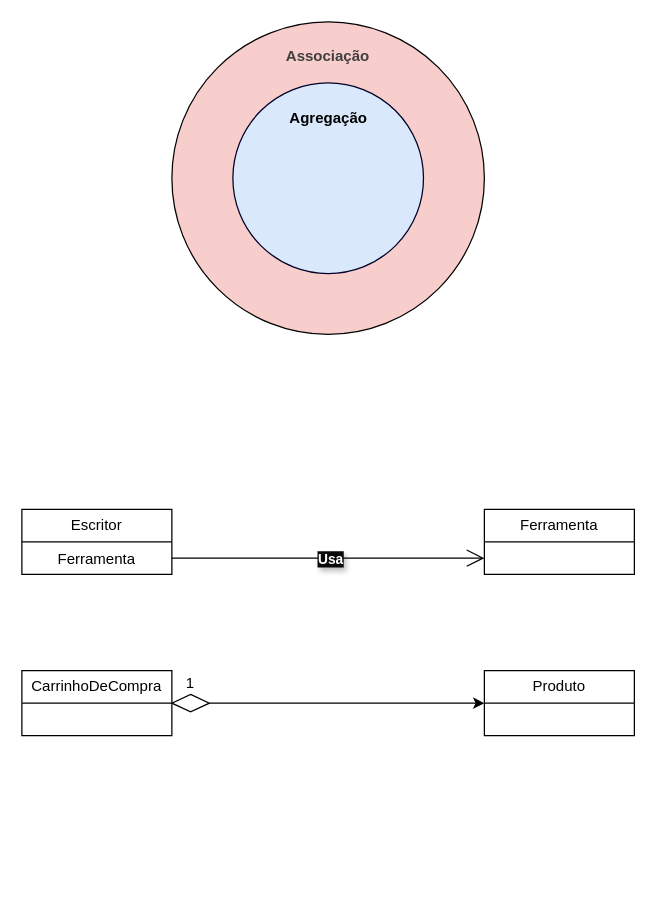
This is Secao_3_Introducao_a_Programacao_Orientada_a_Objetos_em_Python/Codigo_173.drawio from JoaoAugustoColassoHandocha/Codigos_Aulas_Curso_de_Python_3_do_basico_ao_avancado, a draw.io file, before an edit. Source tidied: cells renumbered, new cells numbered last; positions are measured from the earlier drawing's top-left corner, leaving out a move shared by most shapes. Both pictures are drawn from the tidied source at 125%, with x=0, y=0 at pixel (21, 21).
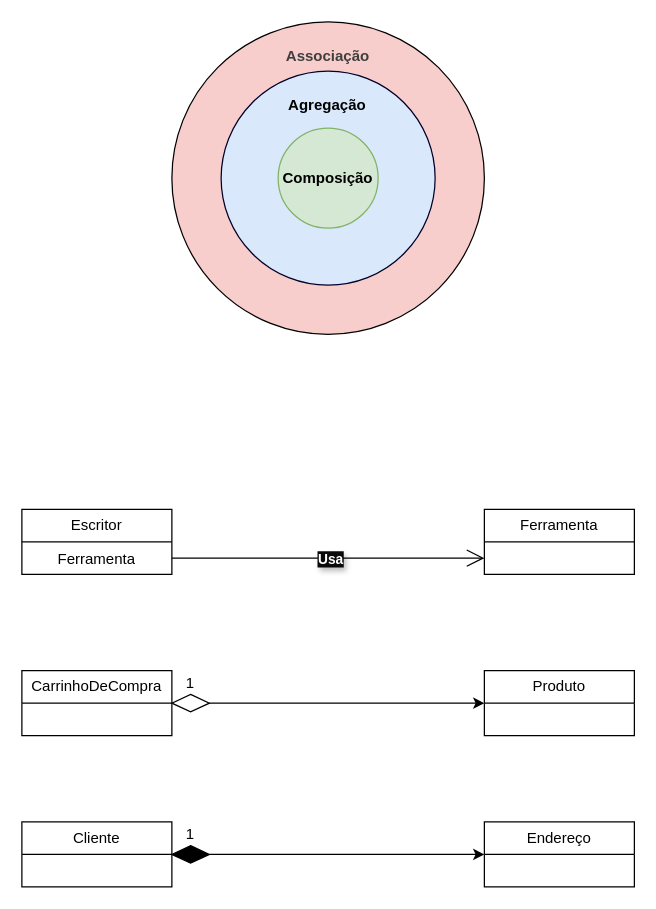
After the change.

The edit, as a diff of the source:
```diff
@@
     <mxCell id="8" value="Agregação" style="ellipse;whiteSpace=wrap;html=1;shapeInside=1;labelPosition=center;verticalLabelPosition=top;align=center;verticalAlign=bottom;spacing=-35;fillColor=#dae8fc;strokeColor=light-dark(#000029, #5c79a3);fontStyle=1;" parent="1" vertex="1">
-      <mxGeometry x="168.8" y="48.8" width="152.5" height="152.5" as="geometry" />
+      <mxGeometry x="159.4" y="39.4" width="171.2" height="171.2" as="geometry" />
     </mxCell>
@@
+    <mxCell id="15" value="&lt;b&gt;Composição&lt;/b&gt;" style="ellipse;whiteSpace=wrap;html=1;shapeInside=1;fillColor=#d5e8d4;strokeColor=#82b366;" parent="1" vertex="1">
+      <mxGeometry x="205" y="85" width="80" height="80" as="geometry" />
+    </mxCell>
+    <mxCell id="16" style="edgeStyle=none;html=1;" parent="1" edge="1" source="18">
+      <mxGeometry relative="1" as="geometry">
+        <mxPoint x="120" y="666" as="targetPoint" />
+      </mxGeometry>
+    </mxCell>
+    <mxCell id="17" style="edgeStyle=none;html=1;" parent="1" edge="1" source="18" target="20">
+      <mxGeometry relative="1" as="geometry" />
+    </mxCell>
+    <mxCell id="18" value="Cliente" style="swimlane;fontStyle=0;horizontal=1;startSize=26;fillColor=none;whiteSpace=wrap;html=1;" parent="1" vertex="1">
+      <mxGeometry y="640" width="120" height="52" as="geometry" />
+    </mxCell>
+    <mxCell id="19" value="Endereço" style="swimlane;fontStyle=0;horizontal=1;startSize=26;fillColor=none;whiteSpace=wrap;html=1;" parent="1" vertex="1">
+      <mxGeometry x="370" y="640" width="120" height="52" as="geometry" />
+    </mxCell>
+    <mxCell id="20" value="1" style="rhombus;whiteSpace=wrap;html=1;shapeInside=1;fillColor=#000000;fontStyle=0;startSize=26;horizontal=1;labelPosition=center;verticalLabelPosition=top;align=center;verticalAlign=bottom;" parent="1" vertex="1">
+      <mxGeometry x="120" y="659" width="30" height="14" as="geometry" />
+    </mxCell>
+    <mxCell id="21" style="endArrow=classic;html=1;exitX=1;exitY=0.5;exitDx=0;exitDy=0;entryX=0;entryY=0.5;entryDx=0;entryDy=0;" parent="1" edge="1" source="20" target="19">
+      <mxGeometry relative="1" as="geometry" />
+    </mxCell>
```
